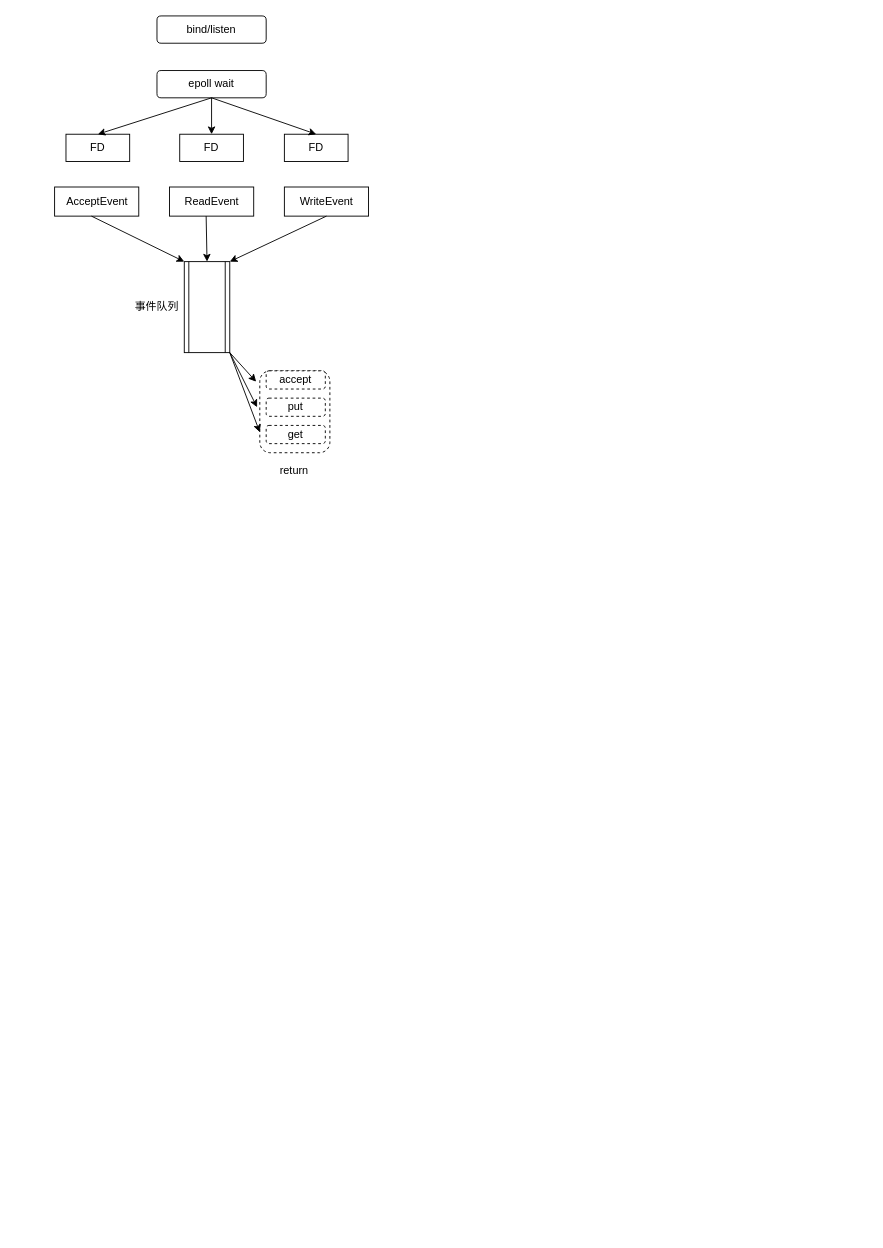
Above: Redis.drawio in BlankKelly/diagrams (draw.io), before the change. Source tidied: cells renumbered, new cells numbered last; positions are measured from the earlier drawing's top-left corner, leaving out a move shared by most shapes. Both pictures are drawn from the tidied source at 91%, with x=0, y=0 at pixel (55, 15).
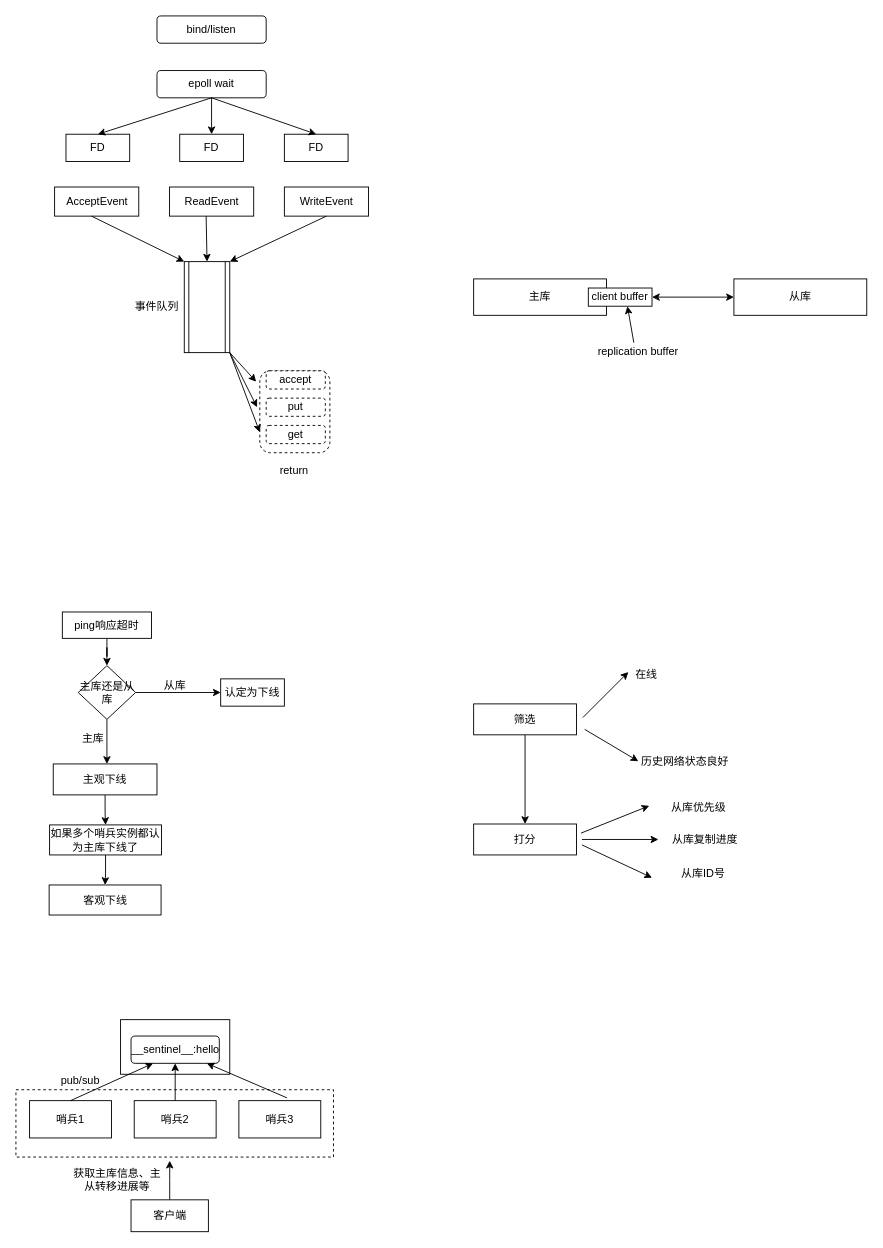
The same diagram, later.

Change to the diagram source:
```diff
@@
+    <mxCell id="26" style="rounded=0;whiteSpace=wrap;html=1;dashed=1;" parent="1" vertex="1">
+      <mxGeometry x="-43" y="1180" width="349" height="74" as="geometry" />
+    </mxCell>
@@
+    <mxCell id="27" value="主库" style="rounded=0;whiteSpace=wrap;html=1;" parent="1" vertex="1">
+      <mxGeometry x="460" y="289" width="146" height="40" as="geometry" />
+    </mxCell>
+    <mxCell id="28" value="client buffer" style="rounded=0;whiteSpace=wrap;html=1;" parent="1" vertex="1">
+      <mxGeometry x="586" y="299" width="70" height="20" as="geometry" />
+    </mxCell>
+    <mxCell id="29" value="从库" style="rounded=0;whiteSpace=wrap;html=1;" parent="1" vertex="1">
+      <mxGeometry x="746" y="289" width="146" height="40" as="geometry" />
+    </mxCell>
+    <mxCell id="30" style="endArrow=classic;startArrow=classic;html=1;rounded=0;entryX=0;entryY=0.5;entryDx=0;entryDy=0;exitX=1;exitY=0.5;exitDx=0;exitDy=0;" parent="1" edge="1" source="28" target="29">
+      <mxGeometry relative="1" as="geometry" />
+    </mxCell>
+    <mxCell id="31" style="endArrow=classic;html=1;rounded=0;entryX=0.614;entryY=1;entryDx=0;entryDy=0;entryPerimeter=0;" parent="1" edge="1" target="28">
+      <mxGeometry relative="1" as="geometry">
+        <mxPoint x="636" y="359" as="sourcePoint" />
+      </mxGeometry>
+    </mxCell>
+    <mxCell id="32" value="replication buffer" style="text;html=1;strokeColor=none;fillColor=none;align=center;verticalAlign=middle;whiteSpace=wrap;rounded=0;" parent="1" vertex="1">
+      <mxGeometry x="594" y="359" width="94" height="20" as="geometry" />
+    </mxCell>
+    <mxCell id="33" style="edgeStyle=orthogonalEdgeStyle;rounded=0;jettySize=auto;html=1;" parent="1" edge="1" source="34" target="37">
+      <mxGeometry relative="1" as="geometry" />
+    </mxCell>
+    <mxCell id="34" value="ping响应超时" style="rounded=0;whiteSpace=wrap;html=1;" parent="1" vertex="1">
+      <mxGeometry x="8" y="655" width="98" height="29" as="geometry" />
+    </mxCell>
+    <mxCell id="35" style="edgeStyle=orthogonalEdgeStyle;rounded=0;jettySize=auto;html=1;exitX=1;exitY=0.5;exitDx=0;exitDy=0;entryX=0;entryY=0.5;entryDx=0;entryDy=0;" parent="1" edge="1" source="37" target="38">
+      <mxGeometry relative="1" as="geometry" />
+    </mxCell>
+    <mxCell id="36" style="edgeStyle=orthogonalEdgeStyle;rounded=0;jettySize=auto;html=1;" parent="1" edge="1" source="37">
+      <mxGeometry relative="1" as="geometry">
+        <mxPoint x="57" y="822" as="targetPoint" />
+      </mxGeometry>
+    </mxCell>
+    <mxCell id="37" value="主库还是从库" style="rhombus;whiteSpace=wrap;html=1;" parent="1" vertex="1">
+      <mxGeometry x="25.5" y="714" width="63" height="59" as="geometry" />
+    </mxCell>
+    <mxCell id="38" value="认定为下线" style="rounded=0;whiteSpace=wrap;html=1;" parent="1" vertex="1">
+      <mxGeometry x="182" y="728.5" width="70" height="30" as="geometry" />
+    </mxCell>
+    <mxCell id="39" style="edgeStyle=orthogonalEdgeStyle;rounded=0;jettySize=auto;html=1;" parent="1" edge="1" source="40" target="44">
+      <mxGeometry relative="1" as="geometry" />
+    </mxCell>
+    <mxCell id="40" value="主观下线" style="rounded=0;whiteSpace=wrap;html=1;" parent="1" vertex="1">
+      <mxGeometry x="-2" y="822" width="114" height="34" as="geometry" />
+    </mxCell>
+    <mxCell id="41" value="从库" style="text;html=1;strokeColor=none;fillColor=none;align=center;verticalAlign=middle;whiteSpace=wrap;rounded=0;" parent="1" vertex="1">
+      <mxGeometry x="102" y="721" width="60" height="30" as="geometry" />
+    </mxCell>
+    <mxCell id="42" value="主库" style="text;html=1;strokeColor=none;fillColor=none;align=center;verticalAlign=middle;whiteSpace=wrap;rounded=0;" parent="1" vertex="1">
+      <mxGeometry x="12" y="779" width="60" height="30" as="geometry" />
+    </mxCell>
+    <mxCell id="43" style="edgeStyle=orthogonalEdgeStyle;rounded=0;jettySize=auto;html=1;" parent="1" edge="1" source="44" target="45">
+      <mxGeometry relative="1" as="geometry" />
+    </mxCell>
+    <mxCell id="44" value="如果多个哨兵实例都认为主库下线了" style="whiteSpace=wrap;html=1;rounded=0;" parent="1" vertex="1">
+      <mxGeometry x="-6" y="889" width="123" height="33" as="geometry" />
+    </mxCell>
+    <mxCell id="45" value="客观下线" style="whiteSpace=wrap;html=1;rounded=0;" parent="1" vertex="1">
+      <mxGeometry x="-6.5" y="955" width="123" height="33" as="geometry" />
+    </mxCell>
+    <mxCell id="46" style="edgeStyle=orthogonalEdgeStyle;rounded=0;jettySize=auto;html=1;" parent="1" edge="1" source="47" target="48">
+      <mxGeometry relative="1" as="geometry" />
+    </mxCell>
+    <mxCell id="47" value="筛选" style="rounded=0;whiteSpace=wrap;html=1;" parent="1" vertex="1">
+      <mxGeometry x="460" y="756" width="113" height="34" as="geometry" />
+    </mxCell>
+    <mxCell id="48" value="打分" style="rounded=0;whiteSpace=wrap;html=1;" parent="1" vertex="1">
+      <mxGeometry x="460" y="888" width="113" height="34" as="geometry" />
+    </mxCell>
+    <mxCell id="49" style="endArrow=classic;html=1;rounded=0;" parent="1" edge="1">
+      <mxGeometry relative="1" as="geometry">
+        <mxPoint x="580" y="771" as="sourcePoint" />
+        <mxPoint x="630" y="721" as="targetPoint" />
+      </mxGeometry>
+    </mxCell>
+    <mxCell id="50" style="endArrow=classic;html=1;rounded=0;" parent="1" edge="1">
+      <mxGeometry relative="1" as="geometry">
+        <mxPoint x="582" y="784" as="sourcePoint" />
+        <mxPoint x="641" y="819" as="targetPoint" />
+      </mxGeometry>
+    </mxCell>
+    <mxCell id="51" value="在线" style="text;html=1;strokeColor=none;fillColor=none;align=center;verticalAlign=middle;whiteSpace=wrap;rounded=0;" parent="1" vertex="1">
+      <mxGeometry x="620" y="709" width="60" height="30" as="geometry" />
+    </mxCell>
+    <mxCell id="52" value="历史网络状态良好" style="text;html=1;strokeColor=none;fillColor=none;align=center;verticalAlign=middle;whiteSpace=wrap;rounded=0;" parent="1" vertex="1">
+      <mxGeometry x="640" y="805" width="105" height="29" as="geometry" />
+    </mxCell>
+    <mxCell id="53" style="endArrow=classic;html=1;rounded=0;" parent="1" edge="1">
+      <mxGeometry relative="1" as="geometry">
+        <mxPoint x="578" y="898" as="sourcePoint" />
+        <mxPoint x="653" y="868" as="targetPoint" />
+      </mxGeometry>
+    </mxCell>
+    <mxCell id="54" style="endArrow=classic;html=1;rounded=0;" parent="1" edge="1">
+      <mxGeometry relative="1" as="geometry">
+        <mxPoint x="579" y="905" as="sourcePoint" />
+        <mxPoint x="663" y="905" as="targetPoint" />
+      </mxGeometry>
+    </mxCell>
+    <mxCell id="55" style="endArrow=classic;html=1;rounded=0;" parent="1" edge="1">
+      <mxGeometry relative="1" as="geometry">
+        <mxPoint x="579" y="911" as="sourcePoint" />
+        <mxPoint x="656" y="947" as="targetPoint" />
+      </mxGeometry>
+    </mxCell>
+    <mxCell id="56" value="从库优先级" style="text;html=1;strokeColor=none;fillColor=none;align=center;verticalAlign=middle;whiteSpace=wrap;rounded=0;" parent="1" vertex="1">
+      <mxGeometry x="663" y="856" width="89" height="27" as="geometry" />
+    </mxCell>
+    <mxCell id="57" value="从库复制进度" style="text;html=1;strokeColor=none;fillColor=none;align=center;verticalAlign=middle;whiteSpace=wrap;rounded=0;" parent="1" vertex="1">
+      <mxGeometry x="669" y="889" width="91" height="32" as="geometry" />
+    </mxCell>
+    <mxCell id="58" value="从库ID号" style="text;html=1;strokeColor=none;fillColor=none;align=center;verticalAlign=middle;whiteSpace=wrap;rounded=0;" parent="1" vertex="1">
+      <mxGeometry x="667" y="927" width="91" height="32" as="geometry" />
+    </mxCell>
+    <mxCell id="59" style="rounded=0;whiteSpace=wrap;html=1;" parent="1" vertex="1">
+      <mxGeometry x="72" y="1103" width="120" height="60" as="geometry" />
+    </mxCell>
+    <mxCell id="60" value="__sentinel__:hello" style="rounded=1;whiteSpace=wrap;html=1;" parent="1" vertex="1">
+      <mxGeometry x="83.5" y="1121" width="97" height="30" as="geometry" />
+    </mxCell>
+    <mxCell id="61" value="哨兵1" style="rounded=0;whiteSpace=wrap;html=1;" parent="1" vertex="1">
+      <mxGeometry x="-28" y="1192" width="90" height="41" as="geometry" />
+    </mxCell>
+    <mxCell id="62" value="哨兵2" style="rounded=0;whiteSpace=wrap;html=1;" parent="1" vertex="1">
+      <mxGeometry x="87" y="1192" width="90" height="41" as="geometry" />
+    </mxCell>
+    <mxCell id="63" value="哨兵3" style="rounded=0;whiteSpace=wrap;html=1;" parent="1" vertex="1">
+      <mxGeometry x="202" y="1192" width="90" height="41" as="geometry" />
+    </mxCell>
+    <mxCell id="64" style="endArrow=classic;html=1;rounded=0;entryX=0.25;entryY=1;entryDx=0;entryDy=0;" parent="1" edge="1" target="60">
+      <mxGeometry relative="1" as="geometry">
+        <mxPoint x="17" y="1192" as="sourcePoint" />
+      </mxGeometry>
+    </mxCell>
+    <mxCell id="65" style="endArrow=classic;html=1;rounded=0;exitX=0.5;exitY=0;exitDx=0;exitDy=0;entryX=0.5;entryY=1;entryDx=0;entryDy=0;" parent="1" edge="1" source="62" target="60">
+      <mxGeometry relative="1" as="geometry" />
+    </mxCell>
+    <mxCell id="66" style="endArrow=classic;html=1;rounded=0;" parent="1" edge="1" target="60">
+      <mxGeometry relative="1" as="geometry">
+        <mxPoint x="255" y="1189" as="sourcePoint" />
+      </mxGeometry>
+    </mxCell>
+    <mxCell id="67" value="pub/sub" style="text;html=1;strokeColor=none;fillColor=none;align=center;verticalAlign=middle;whiteSpace=wrap;rounded=0;" parent="1" vertex="1">
+      <mxGeometry x="-2" y="1155" width="60" height="30" as="geometry" />
+    </mxCell>
+    <mxCell id="68" style="edgeStyle=orthogonalEdgeStyle;rounded=0;jettySize=auto;html=1;" parent="1" edge="1" source="69">
+      <mxGeometry relative="1" as="geometry">
+        <mxPoint x="126" y="1258" as="targetPoint" />
+      </mxGeometry>
+    </mxCell>
+    <mxCell id="69" value="客户端" style="rounded=0;whiteSpace=wrap;html=1;" parent="1" vertex="1">
+      <mxGeometry x="83.5" y="1301" width="85" height="35" as="geometry" />
+    </mxCell>
+    <mxCell id="70" value="获取主库信息、主从转移进展等" style="text;html=1;strokeColor=none;fillColor=none;align=center;verticalAlign=middle;whiteSpace=wrap;rounded=0;dashed=1;" parent="1" vertex="1">
+      <mxGeometry x="14" y="1268" width="109" height="21" as="geometry" />
+    </mxCell>
```
